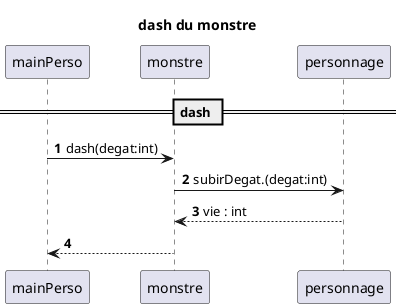
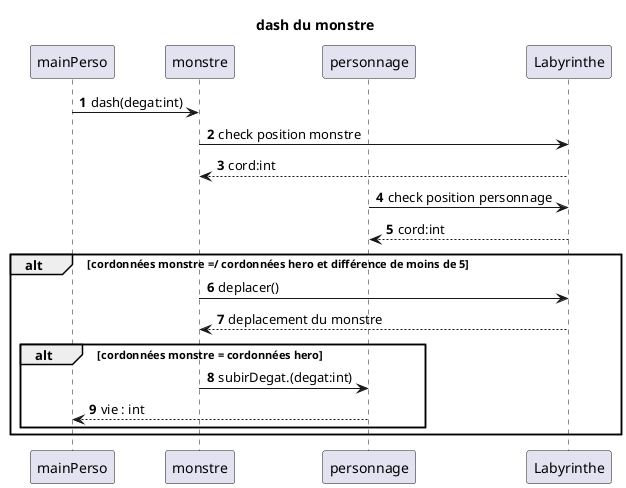
@startuml
'https://plantuml.com/sequence-diagram

autonumber

- == dash ==
title dash du monstre
participant mainPerso


participant monstre
+ participant personnage
+ participant Labyrinthe


- participant personnage
+ 
+ 

mainPerso -> monstre : dash(degat:int)
+ monstre -> Labyrinthe: check position monstre
+ Labyrinthe --> monstre : cord:int
+ personnage -> Labyrinthe: check position personnage
+ Labyrinthe --> personnage : cord:int
+ alt cordonnées monstre =/ cordonnées hero et différence de moins de 5
+ monstre -> Labyrinthe: deplacer()
+ Labyrinthe --> monstre : deplacement du monstre
+ alt cordonnées monstre = cordonnées hero
monstre -> personnage : subirDegat.(degat:int)
- personnage --> monstre : vie : int
- monstre --> mainPerso
+ personnage --> mainPerso : vie : int
+ end
+ end
@enduml